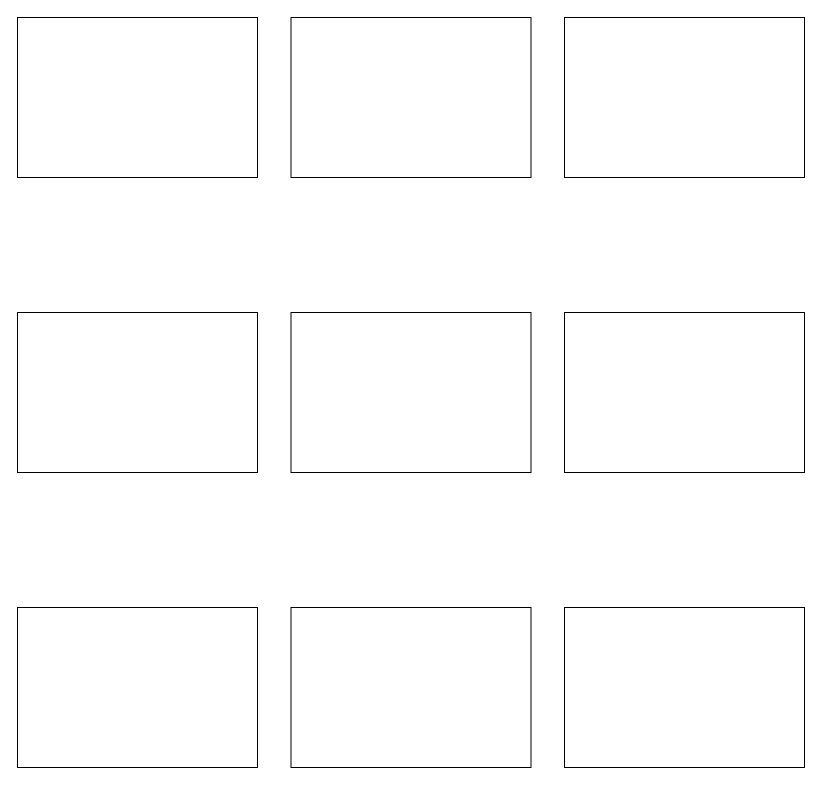
Above: page "hal 1" (1 of 3) of Storyboard Project.drawio in birthdaygracia24/AllAboutDrawIO (draw.io), before the change. Source tidied: cells renumbered, new cells numbered last; positions are measured from the earlier drawing's top-left corner, leaving out a move shared by most shapes. Both pictures are drawn from the tidied source at 100%, with x=0, y=0 at pixel (17, 17).
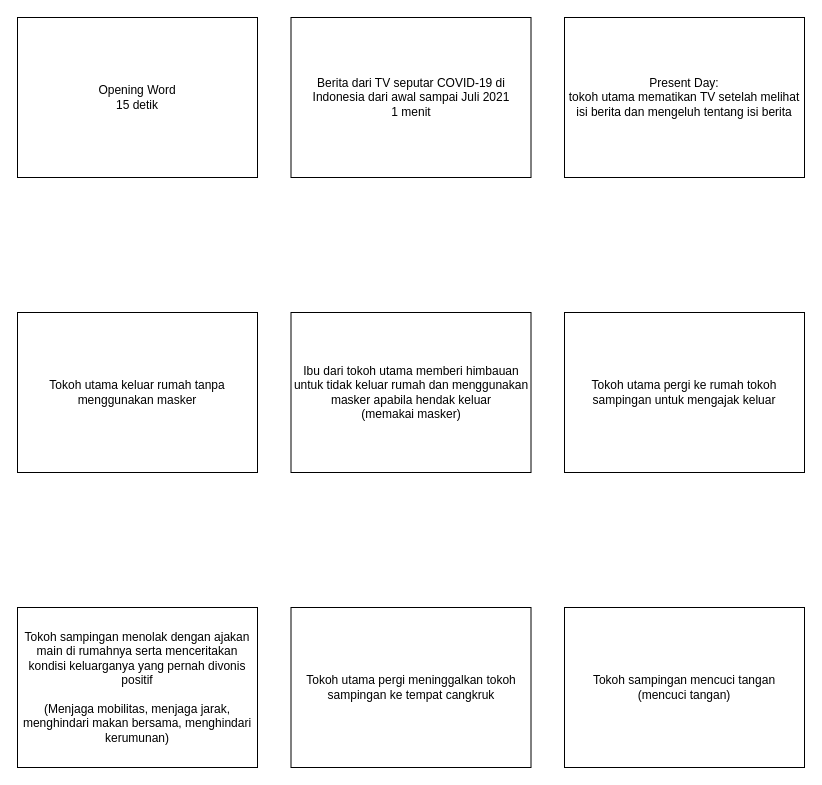
After the change.

The edit, as a diff of the source:
```diff
@@
 <mxGraphModel>
   <root>
     <mxCell id="0" />
     <mxCell id="1" parent="0" />
-    <mxCell id="2" style="rounded=0;whiteSpace=wrap;html=1;" parent="1" vertex="1">
+    <mxCell id="2" value="Opening Word&lt;br&gt;15 detik" style="rounded=0;whiteSpace=wrap;html=1;" parent="1" vertex="1">
       <mxGeometry width="240" height="160" as="geometry" />
     </mxCell>
-    <mxCell id="3" style="rounded=0;whiteSpace=wrap;html=1;" parent="1" vertex="1">
+    <mxCell id="3" value="&lt;span&gt;Berita dari TV seputar COVID-19 di Indonesia dari awal sampai Juli 2021&lt;/span&gt;&lt;br&gt;&lt;span&gt;1 menit&lt;/span&gt;" style="rounded=0;whiteSpace=wrap;html=1;" parent="1" vertex="1">
       <mxGeometry x="273.5" width="240" height="160" as="geometry" />
     </mxCell>
-    <mxCell id="4" style="rounded=0;whiteSpace=wrap;html=1;" parent="1" vertex="1">
+    <mxCell id="4" value="Present Day:&lt;br&gt;tokoh utama mematikan TV setelah melihat isi berita dan mengeluh tentang isi berita" style="rounded=0;whiteSpace=wrap;html=1;" parent="1" vertex="1">
       <mxGeometry x="547" width="240" height="160" as="geometry" />
     </mxCell>
-    <mxCell id="5" style="rounded=0;whiteSpace=wrap;html=1;" parent="1" vertex="1">
+    <mxCell id="5" value="Tokoh utama keluar rumah tanpa menggunakan masker" style="rounded=0;whiteSpace=wrap;html=1;" parent="1" vertex="1">
       <mxGeometry y="295" width="240" height="160" as="geometry" />
     </mxCell>
-    <mxCell id="6" style="rounded=0;whiteSpace=wrap;html=1;" parent="1" vertex="1">
+    <mxCell id="6" value="Ibu dari tokoh utama memberi himbauan untuk tidak keluar rumah dan menggunakan masker apabila hendak keluar&lt;br&gt;(memakai masker)" style="rounded=0;whiteSpace=wrap;html=1;" parent="1" vertex="1">
       <mxGeometry x="273.5" y="295" width="240" height="160" as="geometry" />
     </mxCell>
-    <mxCell id="7" style="rounded=0;whiteSpace=wrap;html=1;" parent="1" vertex="1">
+    <mxCell id="7" value="Tokoh utama pergi ke rumah tokoh sampingan untuk mengajak keluar" style="rounded=0;whiteSpace=wrap;html=1;" parent="1" vertex="1">
       <mxGeometry x="547" y="295" width="240" height="160" as="geometry" />
     </mxCell>
-    <mxCell id="8" style="rounded=0;whiteSpace=wrap;html=1;" parent="1" vertex="1">
+    <mxCell id="8" value="Tokoh sampingan menolak dengan ajakan main di rumahnya serta menceritakan kondisi keluarganya yang pernah divonis positif&lt;br&gt;&lt;br&gt;(Menjaga mobilitas, menjaga jarak, menghindari makan bersama, menghindari kerumunan)" style="rounded=0;whiteSpace=wrap;html=1;" parent="1" vertex="1">
       <mxGeometry y="590" width="240" height="160" as="geometry" />
     </mxCell>
-    <mxCell id="9" style="rounded=0;whiteSpace=wrap;html=1;" parent="1" vertex="1">
+    <mxCell id="9" value="Tokoh utama pergi meninggalkan tokoh sampingan ke tempat cangkruk" style="rounded=0;whiteSpace=wrap;html=1;" parent="1" vertex="1">
       <mxGeometry x="273.5" y="590" width="240" height="160" as="geometry" />
     </mxCell>
-    <mxCell id="10" style="rounded=0;whiteSpace=wrap;html=1;" parent="1" vertex="1">
+    <mxCell id="10" value="Tokoh sampingan mencuci tangan&lt;br&gt;(mencuci tangan)" style="rounded=0;whiteSpace=wrap;html=1;" parent="1" vertex="1">
       <mxGeometry x="547" y="590" width="240" height="160" as="geometry" />
     </mxCell>
   </root>
 </mxGraphModel>
```
